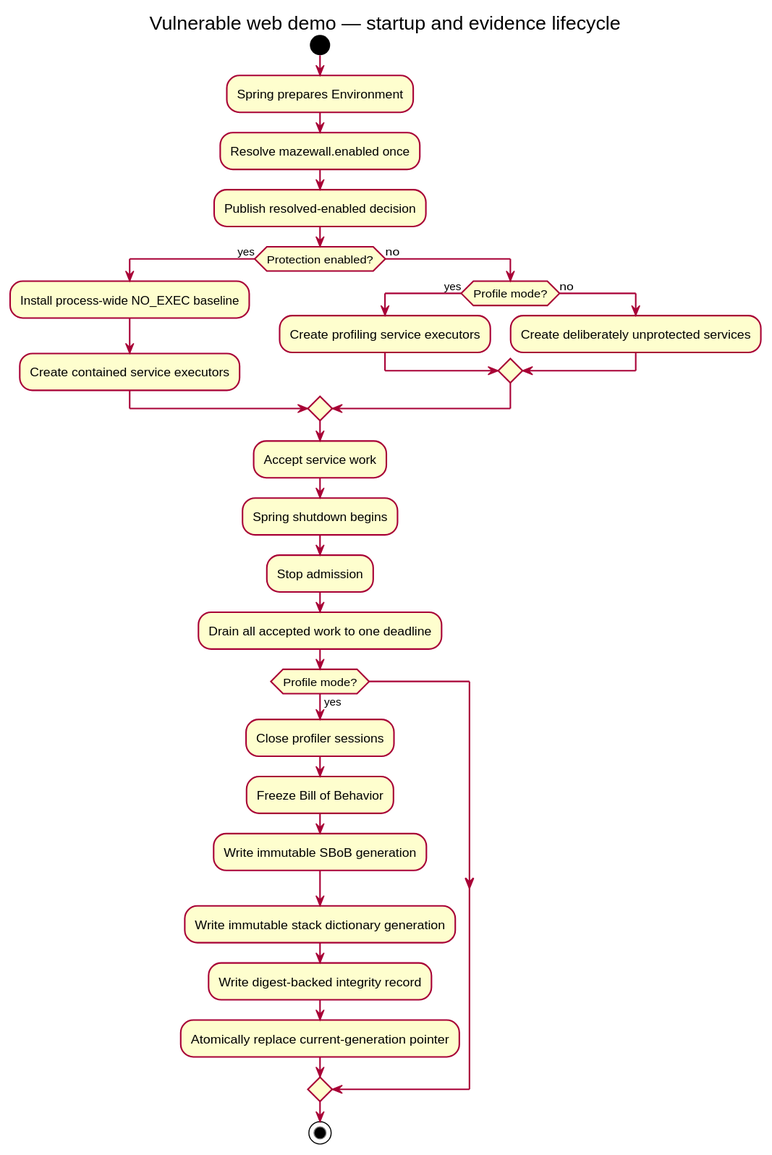
Above: docs/diagrams/vulnerable_web_lifecycle.svg in Pilleo/mazewall (PlantUML), before the change.
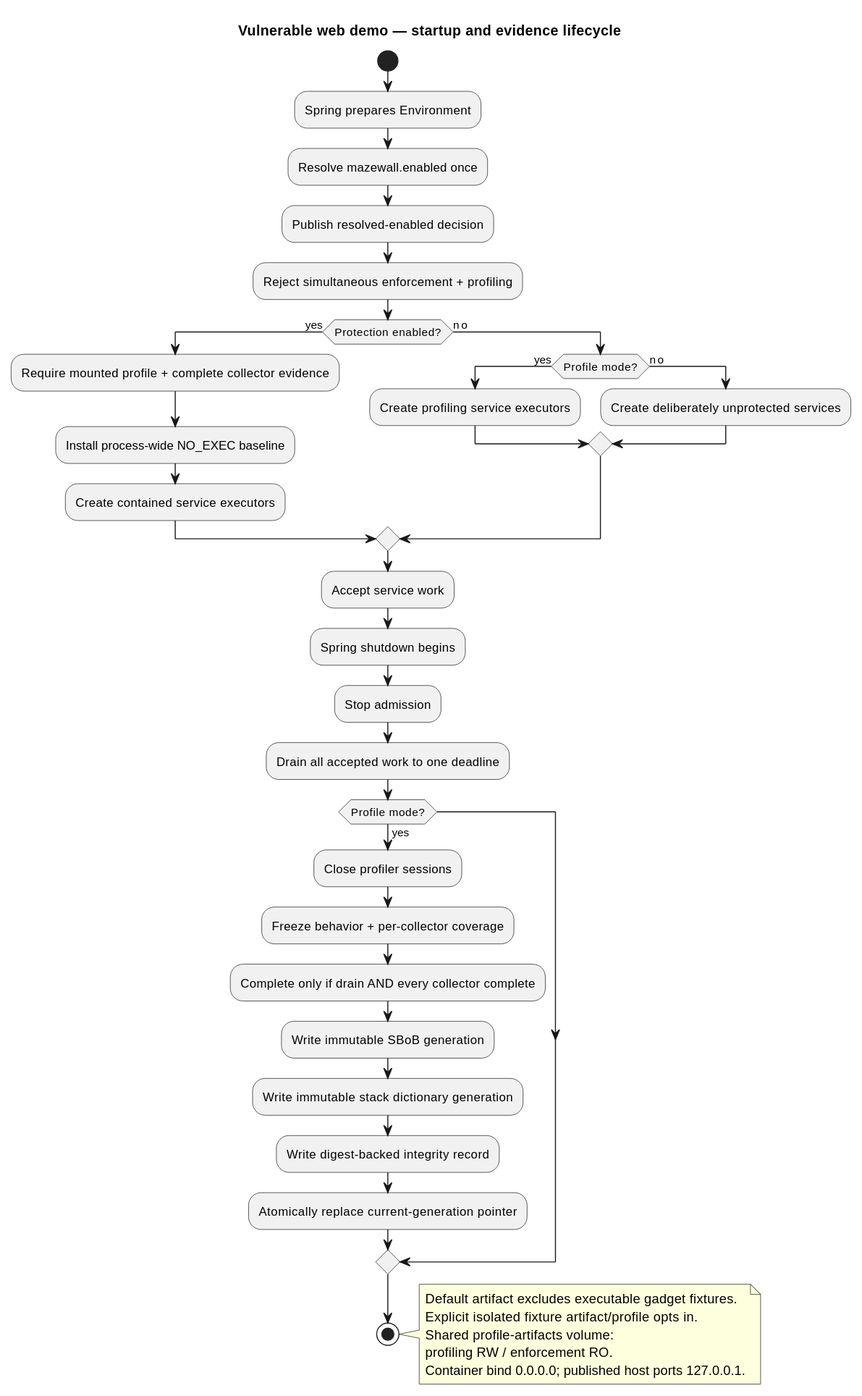
The same diagram one commit later.

What changed in the source:
```diff
@@ -1,5 +1,5 @@
 @startuml
-skinparam backgroundColor transparent
+skinparam backgroundColor white
 skinparam shadowing false
 title Vulnerable web demo — startup and evidence lifecycle
 
@@ -7,7 +7,9 @@
 :Spring prepares Environment;
 :Resolve mazewall.enabled once;
 :Publish resolved-enabled decision;
+:Reject simultaneous enforcement + profiling;
 if (Protection enabled?) then (yes)
+  :Require mounted profile + complete collector evidence;
   :Install process-wide NO_EXEC baseline;
   :Create contained service executors;
 else (no)
@@ -23,11 +25,19 @@
 :Drain all accepted work to one deadline;
 if (Profile mode?) then (yes)
   :Close profiler sessions;
-  :Freeze Bill of Behavior;
+  :Freeze behavior + per-collector coverage;
+  :Complete only if drain AND every collector complete;
   :Write immutable SBoB generation;
   :Write immutable stack dictionary generation;
   :Write digest-backed integrity record;
   :Atomically replace current-generation pointer;
 endif
 stop
+note right
+Default artifact excludes executable gadget fixtures.
+Explicit isolated fixture artifact/profile opts in.
+Shared profile-artifacts volume:
+profiling RW / enforcement RO.
+Container bind 0.0.0.0; published host ports 127.0.0.1.
+end note
 @enduml
```
